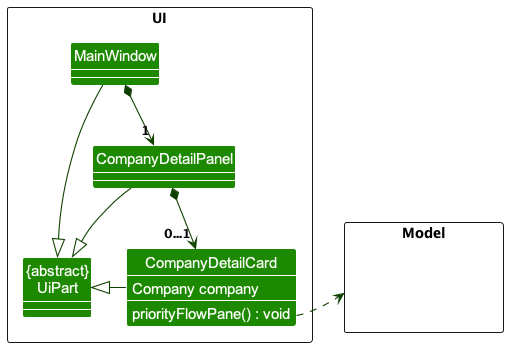
Above: docs/images/DetailPanelClassDiagram.png in tayruxin/tp (PlantUML), before the change. Source of this version:
```plantuml
@startuml
!include style.puml
skinparam arrowThickness 1.1
skinparam arrowColor UI_COLOR_T4
skinparam classBackgroundColor UI_COLOR
show members

package UI <<Rectangle>>{
Class MainWindow
Class CompanyDetailPanel
Class CompanyDetailCard {
Company company
priorityFlowPane() : void
}
Class "{abstract}\nUiPart" as UiPart
}
package Model <<Rectangle>> {
Class HiddenModel #FFFFFF
}
MainWindow *-down-> "1" CompanyDetailPanel
CompanyDetailPanel *-down-> "0...1" CompanyDetailCard
CompanyDetailCard -right..> Model
MainWindow --|> UiPart
CompanyDetailPanel -down-|> UiPart
CompanyDetailCard -left-|> UiPart

@enduml
```
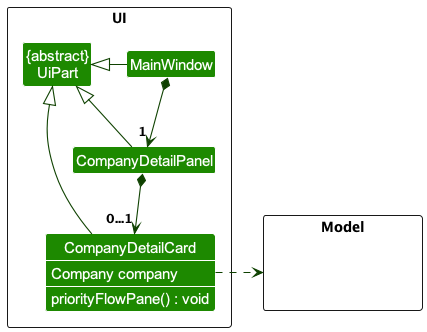
Later version of the same file.

What changed in the source:
```diff
@@ -3,7 +3,6 @@
 skinparam arrowThickness 1.1
 skinparam arrowColor UI_COLOR_T4
 skinparam classBackgroundColor UI_COLOR
-show members
 
 package UI <<Rectangle>>{
 Class MainWindow
@@ -20,8 +19,10 @@
 MainWindow *-down-> "1" CompanyDetailPanel
 CompanyDetailPanel *-down-> "0...1" CompanyDetailCard
 CompanyDetailCard -right..> Model
-MainWindow --|> UiPart
+MainWindow -left-|> UiPart
 CompanyDetailPanel -down-|> UiPart
 CompanyDetailCard -left-|> UiPart
 
+show CompanyDetailCard members
+
 @enduml
```
